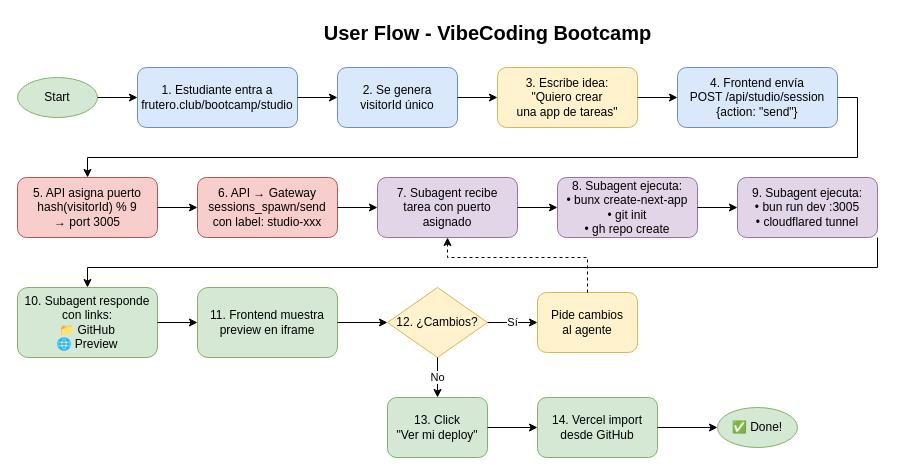
The draw.io diagram diagrams/user-flow.drawio in Scarfdrilo/poktapok-studio-docs, before the edit. Source tidied: cells renumbered, new cells numbered last; positions are measured from the earlier drawing's top-left corner, leaving out a move shared by most shapes. Both pictures are drawn from the tidied source at 100%, with x=0, y=0 at pixel (17, 17).
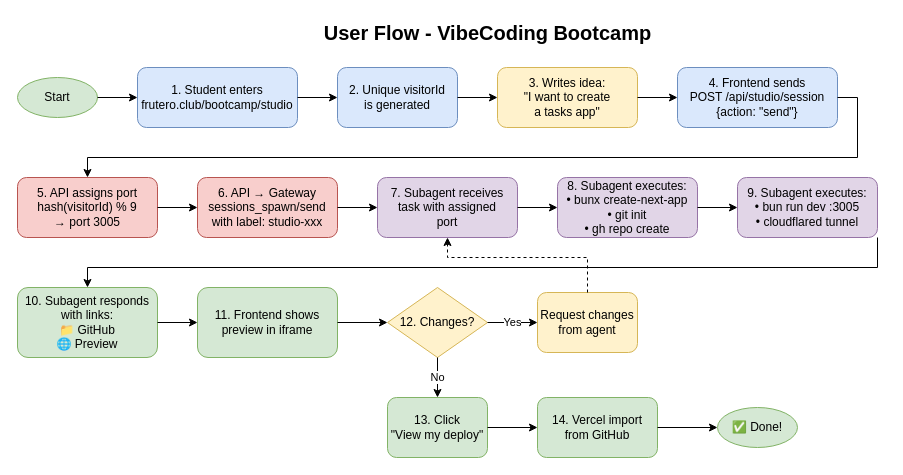
The same diagram, later.

Commit message (it also covers changes not shown here):
Translate all docs and diagrams to English

The edit, as a diff of the source:
```diff
@@
-    <mxCell id="4" value="1. Estudiante entra a&#10;frutero.club/bootcamp/studio" style="rounded=1;whiteSpace=wrap;html=1;fillColor=#dae8fc;strokeColor=#6c8ebf;" parent="1" vertex="1">
+    <mxCell id="4" value="1. Student enters&#10;frutero.club/bootcamp/studio" style="rounded=1;whiteSpace=wrap;html=1;fillColor=#dae8fc;strokeColor=#6c8ebf;" parent="1" vertex="1">
       <mxGeometry x="120" y="50" width="160" height="60" as="geometry" />
     </mxCell>
-    <mxCell id="5" value="2. Se genera&#10;visitorId único" style="rounded=1;whiteSpace=wrap;html=1;fillColor=#dae8fc;strokeColor=#6c8ebf;" parent="1" vertex="1">
+    <mxCell id="5" value="2. Unique visitorId&#10;is generated" style="rounded=1;whiteSpace=wrap;html=1;fillColor=#dae8fc;strokeColor=#6c8ebf;" parent="1" vertex="1">
       <mxGeometry x="320" y="50" width="120" height="60" as="geometry" />
     </mxCell>
-    <mxCell id="6" value="3. Escribe idea:&#10;&quot;Quiero crear&#10;una app de tareas&quot;" style="rounded=1;whiteSpace=wrap;html=1;fillColor=#fff2cc;strokeColor=#d6b656;" parent="1" vertex="1">
+    <mxCell id="6" value="3. Writes idea:&#10;&quot;I want to create&#10;a tasks app&quot;" style="rounded=1;whiteSpace=wrap;html=1;fillColor=#fff2cc;strokeColor=#d6b656;" parent="1" vertex="1">
       <mxGeometry x="480" y="50" width="140" height="60" as="geometry" />
     </mxCell>
-    <mxCell id="7" value="4. Frontend envía&#10;POST /api/studio/session&#10;{action: &quot;send&quot;}" style="rounded=1;whiteSpace=wrap;html=1;fillColor=#dae8fc;strokeColor=#6c8ebf;" parent="1" vertex="1">
+    <mxCell id="7" value="4. Frontend sends&#10;POST /api/studio/session&#10;{action: &quot;send&quot;}" style="rounded=1;whiteSpace=wrap;html=1;fillColor=#dae8fc;strokeColor=#6c8ebf;" parent="1" vertex="1">
       <mxGeometry x="660" y="50" width="160" height="60" as="geometry" />
     </mxCell>
-    <mxCell id="8" value="5. API asigna puerto&#10;hash(visitorId) % 9&#10;→ port 3005" style="rounded=1;whiteSpace=wrap;html=1;fillColor=#f8cecc;strokeColor=#b85450;" parent="1" vertex="1">
+    <mxCell id="8" value="5. API assigns port&#10;hash(visitorId) % 9&#10;→ port 3005" style="rounded=1;whiteSpace=wrap;html=1;fillColor=#f8cecc;strokeColor=#b85450;" parent="1" vertex="1">
       <mxGeometry y="160" width="140" height="60" as="geometry" />
     </mxCell>
-    <mxCell id="9" value="6. API → Gateway&#10;sessions_spawn/send&#10;con label: studio-xxx" style="rounded=1;whiteSpace=wrap;html=1;fillColor=#f8cecc;strokeColor=#b85450;" parent="1" vertex="1">
+    <mxCell id="9" value="6. API → Gateway&#10;sessions_spawn/send&#10;with label: studio-xxx" style="rounded=1;whiteSpace=wrap;html=1;fillColor=#f8cecc;strokeColor=#b85450;" parent="1" vertex="1">
       <mxGeometry x="180" y="160" width="140" height="60" as="geometry" />
     </mxCell>
-    <mxCell id="10" value="7. Subagent recibe&#10;tarea con puerto&#10;asignado" style="rounded=1;whiteSpace=wrap;html=1;fillColor=#e1d5e7;strokeColor=#9673a6;" parent="1" vertex="1">
+    <mxCell id="10" value="7. Subagent receives&#10;task with assigned&#10;port" style="rounded=1;whiteSpace=wrap;html=1;fillColor=#e1d5e7;strokeColor=#9673a6;" parent="1" vertex="1">
       <mxGeometry x="360" y="160" width="140" height="60" as="geometry" />
     </mxCell>
-    <mxCell id="11" value="8. Subagent ejecuta:&#10;• bunx create-next-app&#10;• git init&#10;• gh repo create" style="rounded=1;whiteSpace=wrap;html=1;fillColor=#e1d5e7;strokeColor=#9673a6;" parent="1" vertex="1">
+    <mxCell id="11" value="8. Subagent executes:&#10;• bunx create-next-app&#10;• git init&#10;• gh repo create" style="rounded=1;whiteSpace=wrap;html=1;fillColor=#e1d5e7;strokeColor=#9673a6;" parent="1" vertex="1">
       <mxGeometry x="540" y="160" width="140" height="60" as="geometry" />
     </mxCell>
-    <mxCell id="12" value="9. Subagent ejecuta:&#10;• bun run dev :3005&#10;• cloudflared tunnel" style="rounded=1;whiteSpace=wrap;html=1;fillColor=#e1d5e7;strokeColor=#9673a6;" parent="1" vertex="1">
+    <mxCell id="12" value="9. Subagent executes:&#10;• bun run dev :3005&#10;• cloudflared tunnel" style="rounded=1;whiteSpace=wrap;html=1;fillColor=#e1d5e7;strokeColor=#9673a6;" parent="1" vertex="1">
       <mxGeometry x="720" y="160" width="140" height="60" as="geometry" />
     </mxCell>
-    <mxCell id="13" value="10. Subagent responde&#10;con links:&#10;📁 GitHub&#10;🌐 Preview" style="rounded=1;whiteSpace=wrap;html=1;fillColor=#d5e8d4;strokeColor=#82b366;" parent="1" vertex="1">
+    <mxCell id="13" value="10. Subagent responds&#10;with links:&#10;📁 GitHub&#10;🌐 Preview" style="rounded=1;whiteSpace=wrap;html=1;fillColor=#d5e8d4;strokeColor=#82b366;" parent="1" vertex="1">
       <mxGeometry y="270" width="140" height="70" as="geometry" />
     </mxCell>
-    <mxCell id="14" value="11. Frontend muestra&#10;preview en iframe" style="rounded=1;whiteSpace=wrap;html=1;fillColor=#d5e8d4;strokeColor=#82b366;" parent="1" vertex="1">
+    <mxCell id="14" value="11. Frontend shows&#10;preview in iframe" style="rounded=1;whiteSpace=wrap;html=1;fillColor=#d5e8d4;strokeColor=#82b366;" parent="1" vertex="1">
       <mxGeometry x="180" y="270" width="140" height="70" as="geometry" />
     </mxCell>
-    <mxCell id="15" value="12. ¿Cambios?" style="rhombus;whiteSpace=wrap;html=1;fillColor=#fff2cc;strokeColor=#d6b656;" parent="1" vertex="1">
+    <mxCell id="15" value="12. Changes?" style="rhombus;whiteSpace=wrap;html=1;fillColor=#fff2cc;strokeColor=#d6b656;" parent="1" vertex="1">
       <mxGeometry x="370" y="270" width="100" height="70" as="geometry" />
     </mxCell>
-    <mxCell id="16" value="Pide cambios&#10;al agente" style="rounded=1;whiteSpace=wrap;html=1;fillColor=#fff2cc;strokeColor=#d6b656;" parent="1" vertex="1">
+    <mxCell id="16" value="Request changes&#10;from agent" style="rounded=1;whiteSpace=wrap;html=1;fillColor=#fff2cc;strokeColor=#d6b656;" parent="1" vertex="1">
       <mxGeometry x="520" y="275" width="100" height="60" as="geometry" />
     </mxCell>
-    <mxCell id="17" value="13. Click&#10;&quot;Ver mi deploy&quot;" style="rounded=1;whiteSpace=wrap;html=1;fillColor=#d5e8d4;strokeColor=#82b366;" parent="1" vertex="1">
+    <mxCell id="17" value="13. Click&#10;&quot;View my deploy&quot;" style="rounded=1;whiteSpace=wrap;html=1;fillColor=#d5e8d4;strokeColor=#82b366;" parent="1" vertex="1">
       <mxGeometry x="370" y="380" width="100" height="60" as="geometry" />
     </mxCell>
-    <mxCell id="18" value="14. Vercel import&#10;desde GitHub" style="rounded=1;whiteSpace=wrap;html=1;fillColor=#d5e8d4;strokeColor=#82b366;" parent="1" vertex="1">
+    <mxCell id="18" value="14. Vercel import&#10;from GitHub" style="rounded=1;whiteSpace=wrap;html=1;fillColor=#d5e8d4;strokeColor=#82b366;" parent="1" vertex="1">
       <mxGeometry x="520" y="380" width="120" height="60" as="geometry" />
     </mxCell>
@@
-    <mxCell id="32" value="Sí" style="edgeStyle=orthogonalEdgeStyle;rounded=0;html=1;" parent="1" edge="1" source="15" target="16">
+    <mxCell id="32" value="Yes" style="edgeStyle=orthogonalEdgeStyle;rounded=0;html=1;" parent="1" edge="1" source="15" target="16">
       <mxGeometry relative="1" as="geometry" />
     </mxCell>
```
